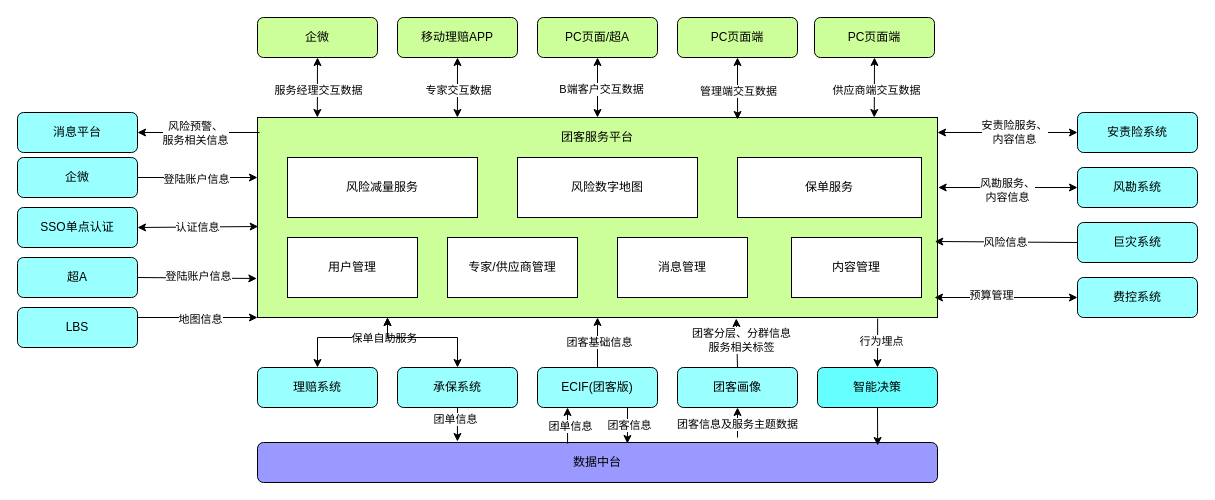
The draw.io diagram 团客总体设计.drawio in loc1129/tech, before the edit. Source tidied: cells renumbered, new cells numbered last; positions are measured from the earlier drawing's top-left corner, leaving out a move shared by most shapes. Both pictures are drawn from the tidied source at 100%, with x=0, y=0 at pixel (17, 17).
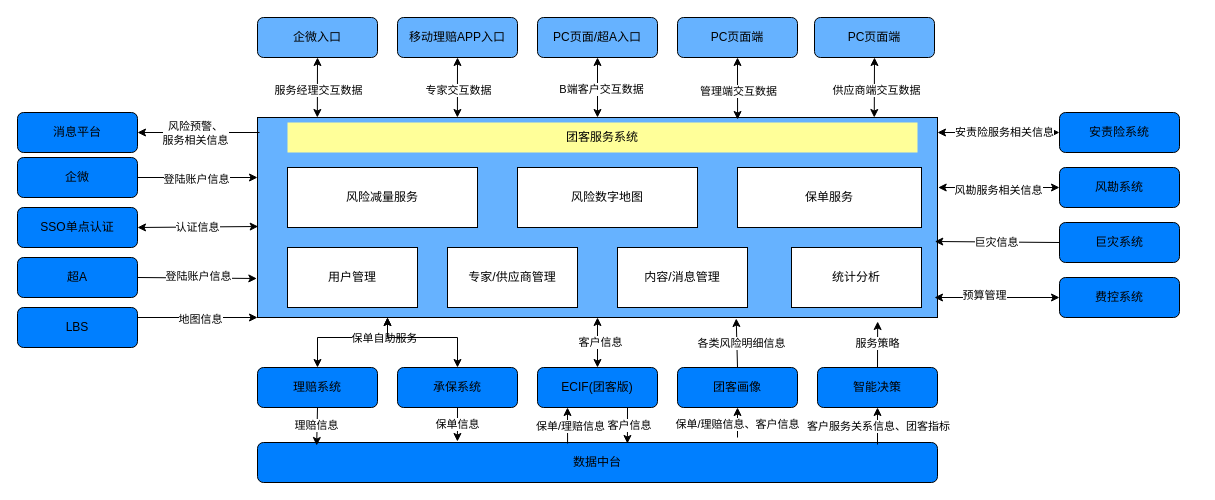
The same diagram, later.

Commit message:
更新团客总体设计.drawio

The change refers to these unchanged cells:
```xml
<mxCell id="23" style="endArrow=classic;startArrow=classic;html=1;rounded=0;entryX=0;entryY=0.5;entryDx=0;entryDy=0;" parent="1" edge="1" target="19">
  <mxGeometry relative="1" as="geometry">
    <mxPoint x="920" y="115" as="sourcePoint" />
  </mxGeometry>
</mxCell>
<mxCell id="25" style="endArrow=classic;startArrow=classic;html=1;rounded=0;entryX=0;entryY=0.5;entryDx=0;entryDy=0;exitX=1.001;exitY=0.35;exitDx=0;exitDy=0;exitPerimeter=0;" parent="1" edge="1" source="2" target="20">
  <mxGeometry relative="1" as="geometry" />
</mxCell>
<mxCell id="34" style="endArrow=classic;html=1;rounded=0;exitX=0.5;exitY=0;exitDx=0;exitDy=0;entryX=0.704;entryY=1.005;entryDx=0;entryDy=0;entryPerimeter=0;" parent="1" edge="1" source="33" target="2">
  <mxGeometry relative="1" as="geometry" />
</mxCell>
<mxCell id="38" style="endArrow=classic;html=1;rounded=0;exitX=0.5;exitY=1;exitDx=0;exitDy=0;entryX=0.294;entryY=-0.025;entryDx=0;entryDy=0;entryPerimeter=0;" parent="1" edge="1" source="27" target="37">
  <mxGeometry relative="1" as="geometry" />
</mxCell>
<mxCell id="40" style="endArrow=classic;html=1;rounded=0;exitX=0.456;exitY=0.025;exitDx=0;exitDy=0;exitPerimeter=0;entryX=0.25;entryY=1;entryDx=0;entryDy=0;" parent="1" edge="1" source="37" target="30">
  <mxGeometry relative="1" as="geometry" />
</mxCell>
<mxCell id="42" style="endArrow=classic;html=1;rounded=0;entryX=0.5;entryY=1;entryDx=0;entryDy=0;" parent="1" edge="1" target="33">
  <mxGeometry relative="1" as="geometry">
    <mxPoint x="720" y="420" as="sourcePoint" />
  </mxGeometry>
</mxCell>
<mxCell id="45" style="endArrow=classic;html=1;rounded=0;entryX=0.996;entryY=0.62;entryDx=0;entryDy=0;entryPerimeter=0;exitX=0;exitY=0.5;exitDx=0;exitDy=0;" parent="1" edge="1" source="44" target="2">
  <mxGeometry relative="1" as="geometry" />
</mxCell>
<mxCell id="55" style="endArrow=classic;html=1;rounded=0;exitX=0.75;exitY=1;exitDx=0;exitDy=0;entryX=0.544;entryY=0.025;entryDx=0;entryDy=0;entryPerimeter=0;" parent="1" edge="1" source="30" target="37">
  <mxGeometry relative="1" as="geometry" />
</mxCell>
```

What changed in the source:
```diff
@@
-    <mxCell id="2" style="rounded=0;whiteSpace=wrap;html=1;fillColor=#CCFF99;" parent="1" vertex="1">
+    <mxCell id="2" style="rounded=0;whiteSpace=wrap;html=1;fillColor=#66B2FF;" parent="1" vertex="1">
       <mxGeometry x="240" y="100" width="680" height="200" as="geometry" />
     </mxCell>
-    <mxCell id="3" value="移动理赔APP" style="rounded=1;whiteSpace=wrap;html=1;fillColor=#CCFF99;" parent="1" vertex="1">
+    <mxCell id="3" value="移动理赔APP入口" style="rounded=1;whiteSpace=wrap;html=1;fillColor=#66B2FF;" parent="1" vertex="1">
       <mxGeometry x="380" width="120" height="40" as="geometry" />
     </mxCell>
-    <mxCell id="4" value="PC页面/超A" style="rounded=1;whiteSpace=wrap;html=1;fillColor=#CCFF99;" parent="1" vertex="1">
+    <mxCell id="4" value="PC页面/超A入口" style="rounded=1;whiteSpace=wrap;html=1;fillColor=#66B2FF;" parent="1" vertex="1">
       <mxGeometry x="520" width="120" height="40" as="geometry" />
     </mxCell>
-    <mxCell id="5" value="PC页面端" style="rounded=1;whiteSpace=wrap;html=1;fillColor=#CCFF99;" parent="1" vertex="1">
+    <mxCell id="5" value="PC页面端" style="rounded=1;whiteSpace=wrap;html=1;fillColor=#66B2FF;" parent="1" vertex="1">
       <mxGeometry x="660" width="120" height="40" as="geometry" />
     </mxCell>
-    <mxCell id="6" value="PC页面端" style="rounded=1;whiteSpace=wrap;html=1;fillColor=#CCFF99;" parent="1" vertex="1">
+    <mxCell id="6" value="PC页面端" style="rounded=1;whiteSpace=wrap;html=1;fillColor=#66B2FF;" parent="1" vertex="1">
       <mxGeometry x="797" width="120" height="40" as="geometry" />
     </mxCell>
@@
-    <mxCell id="17" value="消息平台" style="rounded=1;whiteSpace=wrap;html=1;fillColor=#99FFFF;" parent="1" vertex="1">
+    <mxCell id="17" value="消息平台" style="rounded=1;whiteSpace=wrap;html=1;fillColor=#007FFF;" parent="1" vertex="1">
       <mxGeometry y="95" width="120" height="40" as="geometry" />
     </mxCell>
-    <mxCell id="18" value="超A" style="rounded=1;whiteSpace=wrap;html=1;fillColor=#99FFFF;" parent="1" vertex="1">
+    <mxCell id="18" value="超A" style="rounded=1;whiteSpace=wrap;html=1;fillColor=#007FFF;" parent="1" vertex="1">
       <mxGeometry y="240" width="120" height="40" as="geometry" />
     </mxCell>
-    <mxCell id="19" value="安责险系统" style="rounded=1;whiteSpace=wrap;html=1;fillColor=#99FFFF;" parent="1" vertex="1">
-      <mxGeometry x="1060" y="95" width="120" height="40" as="geometry" />
+    <mxCell id="19" value="安责险系统" style="rounded=1;whiteSpace=wrap;html=1;fillColor=#007FFF;" parent="1" vertex="1">
+      <mxGeometry x="1042" y="95" width="120" height="40" as="geometry" />
     </mxCell>
-    <mxCell id="20" value="风勘系统" style="rounded=1;whiteSpace=wrap;html=1;fillColor=#99FFFF;" parent="1" vertex="1">
-      <mxGeometry x="1060" y="150" width="120" height="40" as="geometry" />
+    <mxCell id="20" value="风勘系统" style="rounded=1;whiteSpace=wrap;html=1;fillColor=#007FFF;" parent="1" vertex="1">
+      <mxGeometry x="1042" y="150" width="120" height="40" as="geometry" />
     </mxCell>
@@
-    <mxCell id="24" value="安责险服务、&lt;br&gt;内容信息" style="edgeLabel;html=1;align=center;verticalAlign=middle;" parent="23" vertex="1">
+    <mxCell id="24" value="安责险服务相关信息" style="edgeLabel;html=1;align=center;verticalAlign=middle;" parent="23" vertex="1">
       <mxGeometry x="0.09" y="1" relative="1" as="geometry" />
     </mxCell>
@@
-    <mxCell id="26" value="风勘服务、&lt;br&gt;内容信息" style="edgeLabel;html=1;align=center;verticalAlign=middle;" parent="25" vertex="1">
+    <mxCell id="26" value="风勘服务相关信息" style="edgeLabel;html=1;align=center;verticalAlign=middle;" parent="25" vertex="1">
       <mxGeometry x="-0.01" y="-2" relative="1" as="geometry" />
     </mxCell>
-    <mxCell id="27" value="承保系统" style="rounded=1;whiteSpace=wrap;html=1;fillColor=#99FFFF;" parent="1" vertex="1">
+    <mxCell id="27" value="承保系统" style="rounded=1;whiteSpace=wrap;html=1;fillColor=#007FFF;" parent="1" vertex="1">
       <mxGeometry x="380" y="350" width="120" height="40" as="geometry" />
     </mxCell>
@@
-    <mxCell id="30" value="ECIF(团客版)" style="rounded=1;whiteSpace=wrap;html=1;fillColor=#99FFFF;" parent="1" vertex="1">
+    <mxCell id="30" value="ECIF(团客版)" style="rounded=1;whiteSpace=wrap;html=1;fillColor=#007FFF;" parent="1" vertex="1">
       <mxGeometry x="520" y="350" width="120" height="40" as="geometry" />
     </mxCell>
-    <mxCell id="31" style="endArrow=classic;html=1;rounded=0;exitX=0.5;exitY=0;exitDx=0;exitDy=0;entryX=0.5;entryY=1;entryDx=0;entryDy=0;" parent="1" edge="1" source="30" target="2">
-      <mxGeometry relative="1" as="geometry" />
-    </mxCell>
-    <mxCell id="32" value="团客基础信息" style="edgeLabel;html=1;align=center;verticalAlign=middle;" parent="31" vertex="1">
-      <mxGeometry x="0.02" y="-1" relative="1" as="geometry" />
-    </mxCell>
-    <mxCell id="33" value="团客画像" style="rounded=1;whiteSpace=wrap;html=1;fillColor=#99FFFF;" parent="1" vertex="1">
+    <mxCell id="33" value="团客画像" style="rounded=1;whiteSpace=wrap;html=1;fillColor=#007FFF;" parent="1" vertex="1">
       <mxGeometry x="660" y="350" width="120" height="40" as="geometry" />
     </mxCell>
@@
-    <mxCell id="35" value="团客分层、分群信息&lt;br&gt;服务相关标签" style="edgeLabel;html=1;align=center;verticalAlign=middle;" parent="34" vertex="1">
-      <mxGeometry x="0.1" y="-4" relative="1" as="geometry" />
+    <mxCell id="35" value="各类风险明细信息" style="edgeLabel;html=1;align=center;verticalAlign=middle;" parent="34" vertex="1">
+      <mxGeometry x="0.1" y="-4" relative="1" as="geometry">
+        <mxPoint y="3" as="offset" />
+      </mxGeometry>
     </mxCell>
-    <mxCell id="36" value="智能决策" style="rounded=1;whiteSpace=wrap;html=1;fillColor=#66FFFF;" parent="1" vertex="1">
+    <mxCell id="36" value="智能决策" style="rounded=1;whiteSpace=wrap;html=1;fillColor=#007FFF;" parent="1" vertex="1">
       <mxGeometry x="800" y="350" width="120" height="40" as="geometry" />
     </mxCell>
-    <mxCell id="37" value="数据中台" style="rounded=1;whiteSpace=wrap;html=1;fillColor=#9999FF;" parent="1" vertex="1">
+    <mxCell id="37" value="数据中台" style="rounded=1;whiteSpace=wrap;html=1;fillColor=#007FFF;" parent="1" vertex="1">
       <mxGeometry x="240" y="425" width="680" height="40" as="geometry" />
     </mxCell>
@@
-    <mxCell id="39" value="团单信息" style="edgeLabel;html=1;align=center;verticalAlign=middle;" parent="38" vertex="1">
-      <mxGeometry x="-0.3" y="-2" relative="1" as="geometry" />
+    <mxCell id="39" value="保单信息" style="edgeLabel;html=1;align=center;verticalAlign=middle;" parent="38" vertex="1">
+      <mxGeometry x="-0.3" y="-2" relative="1" as="geometry">
+        <mxPoint x="2" y="5" as="offset" />
+      </mxGeometry>
     </mxCell>
@@
-    <mxCell id="41" value="团单信息" style="edgeLabel;html=1;align=center;verticalAlign=middle;" parent="40" vertex="1">
+    <mxCell id="41" value="保单/理赔信息" style="edgeLabel;html=1;align=center;verticalAlign=middle;" parent="40" vertex="1">
       <mxGeometry x="-0.03" y="-2" relative="1" as="geometry" />
     </mxCell>
@@
-    <mxCell id="43" value="团客信息及服务主题数据" style="edgeLabel;html=1;align=center;verticalAlign=middle;" parent="42" vertex="1">
+    <mxCell id="43" value="保单/理赔信息、客户信息" style="edgeLabel;html=1;align=center;verticalAlign=middle;" parent="42" vertex="1">
       <mxGeometry x="-0.06" y="1" relative="1" as="geometry" />
     </mxCell>
-    <mxCell id="44" value="巨灾系统" style="rounded=1;whiteSpace=wrap;html=1;fillColor=#99FFFF;" parent="1" vertex="1">
-      <mxGeometry x="1060" y="205" width="120" height="40" as="geometry" />
+    <mxCell id="44" value="巨灾系统" style="rounded=1;whiteSpace=wrap;html=1;fillColor=#007FFF;" parent="1" vertex="1">
+      <mxGeometry x="1042" y="205" width="120" height="40" as="geometry" />
     </mxCell>
@@
-    <mxCell id="46" value="风险信息" style="edgeLabel;html=1;align=center;verticalAlign=middle;" parent="45" vertex="1">
+    <mxCell id="46" value="巨灾信息" style="edgeLabel;html=1;align=center;verticalAlign=middle;" parent="45" vertex="1">
       <mxGeometry x="0.02" relative="1" as="geometry" />
     </mxCell>
     <mxCell id="47" value="风险减量服务" style="rounded=0;whiteSpace=wrap;html=1;" parent="1" vertex="1">
-      <mxGeometry x="270" y="140" width="190" height="60" as="geometry" />
+      <mxGeometry x="270" y="150" width="190" height="60" as="geometry" />
     </mxCell>
     <mxCell id="48" value="用户管理" style="rounded=0;whiteSpace=wrap;html=1;" parent="1" vertex="1">
-      <mxGeometry x="270" y="220" width="130" height="60" as="geometry" />
+      <mxGeometry x="270" y="230" width="130" height="60" as="geometry" />
     </mxCell>
     <mxCell id="49" value="专家/供应商管理" style="rounded=0;whiteSpace=wrap;html=1;" parent="1" vertex="1">
-      <mxGeometry x="430" y="220" width="130" height="60" as="geometry" />
+      <mxGeometry x="430" y="230" width="130" height="60" as="geometry" />
     </mxCell>
-    <mxCell id="50" value="消息管理" style="rounded=0;whiteSpace=wrap;html=1;" parent="1" vertex="1">
-      <mxGeometry x="600" y="220" width="130" height="60" as="geometry" />
+    <mxCell id="50" value="内容/消息管理" style="rounded=0;whiteSpace=wrap;html=1;" parent="1" vertex="1">
+      <mxGeometry x="600" y="230" width="130" height="60" as="geometry" />
     </mxCell>
     <mxCell id="51" value="风险数字地图" style="rounded=0;whiteSpace=wrap;html=1;" parent="1" vertex="1">
-      <mxGeometry x="500" y="140" width="180" height="60" as="geometry" />
+      <mxGeometry x="500" y="150" width="180" height="60" as="geometry" />
     </mxCell>
     <mxCell id="52" value="保单服务" style="rounded=0;whiteSpace=wrap;html=1;" parent="1" vertex="1">
-      <mxGeometry x="720" y="140" width="184" height="60" as="geometry" />
+      <mxGeometry x="720" y="150" width="184" height="60" as="geometry" />
     </mxCell>
-    <mxCell id="53" value="内容管理" style="rounded=0;whiteSpace=wrap;html=1;" parent="1" vertex="1">
-      <mxGeometry x="774" y="220" width="130" height="60" as="geometry" />
+    <mxCell id="53" value="统计分析" style="rounded=0;whiteSpace=wrap;html=1;" parent="1" vertex="1">
+      <mxGeometry x="774" y="230" width="130" height="60" as="geometry" />
     </mxCell>
-    <mxCell id="54" value="团客服务平台" style="text;html=1;strokeColor=none;fillColor=none;align=center;verticalAlign=middle;whiteSpace=wrap;rounded=0;" parent="1" vertex="1">
-      <mxGeometry x="520" y="105" width="120" height="30" as="geometry" />
+    <mxCell id="54" value="团客服务系统" style="text;html=1;strokeColor=none;fillColor=#FFFF99;align=center;verticalAlign=middle;whiteSpace=wrap;rounded=0;" parent="1" vertex="1">
+      <mxGeometry x="270" y="105" width="630" height="30" as="geometry" />
     </mxCell>
@@
-    <mxCell id="56" value="团客信息" style="edgeLabel;html=1;align=center;verticalAlign=middle;" parent="55" vertex="1">
+    <mxCell id="56" value="客户信息" style="edgeLabel;html=1;align=center;verticalAlign=middle;" parent="55" vertex="1">
       <mxGeometry x="-0.08" y="2" relative="1" as="geometry" />
     </mxCell>
-    <mxCell id="57" value="企微" style="rounded=1;whiteSpace=wrap;html=1;fillColor=#CCFF99;" parent="1" vertex="1">
+    <mxCell id="57" value="企微入口" style="rounded=1;whiteSpace=wrap;html=1;fillColor=#66B2FF;" parent="1" vertex="1">
       <mxGeometry x="240" width="120" height="40" as="geometry" />
     </mxCell>
-    <mxCell id="58" value="理赔系统" style="rounded=1;whiteSpace=wrap;html=1;fillColor=#99FFFF;" parent="1" vertex="1">
+    <mxCell id="58" value="理赔系统" style="rounded=1;whiteSpace=wrap;html=1;fillColor=#007FFF;" parent="1" vertex="1">
       <mxGeometry x="240" y="350" width="120" height="40" as="geometry" />
     </mxCell>
@@
-    <mxCell id="60" value="SSO单点认证" style="rounded=1;whiteSpace=wrap;html=1;fillColor=#99FFFF;" parent="1" vertex="1">
+    <mxCell id="60" value="SSO单点认证" style="rounded=1;whiteSpace=wrap;html=1;fillColor=#007FFF;" parent="1" vertex="1">
       <mxGeometry y="190" width="120" height="40" as="geometry" />
     </mxCell>
@@
-    <mxCell id="63" value="企微" style="rounded=1;whiteSpace=wrap;html=1;fillColor=#99FFFF;" parent="1" vertex="1">
+    <mxCell id="63" value="企微" style="rounded=1;whiteSpace=wrap;html=1;fillColor=#007FFF;" parent="1" vertex="1">
       <mxGeometry y="140" width="120" height="40" as="geometry" />
     </mxCell>
-    <mxCell id="64" value="费控系统" style="rounded=1;whiteSpace=wrap;html=1;fillColor=#99FFFF;" parent="1" vertex="1">
-      <mxGeometry x="1060" y="260" width="120" height="40" as="geometry" />
+    <mxCell id="64" value="费控系统" style="rounded=1;whiteSpace=wrap;html=1;fillColor=#007FFF;" parent="1" vertex="1">
+      <mxGeometry x="1042" y="260" width="120" height="40" as="geometry" />
     </mxCell>
@@
-    <mxCell id="67" style="endArrow=classic;html=1;rounded=0;exitX=0.912;exitY=1.005;exitDx=0;exitDy=0;exitPerimeter=0;entryX=0.5;entryY=0;entryDx=0;entryDy=0;" parent="1" edge="1" source="2" target="36">
-      <mxGeometry relative="1" as="geometry" />
-    </mxCell>
-    <mxCell id="68" value="行为埋点" style="edgeLabel;html=1;align=center;verticalAlign=middle;" parent="67" vertex="1">
-      <mxGeometry x="-0.1" y="3" relative="1" as="geometry" />
-    </mxCell>
-    <mxCell id="69" style="endArrow=classic;html=1;rounded=0;exitX=0.5;exitY=1;exitDx=0;exitDy=0;entryX=0.912;entryY=0.075;entryDx=0;entryDy=0;entryPerimeter=0;" parent="1" edge="1" source="36" target="37">
-      <mxGeometry relative="1" as="geometry" />
-    </mxCell>
@@
-    <mxCell id="72" value="LBS" style="rounded=1;whiteSpace=wrap;html=1;fillColor=#99FFFF;" parent="1" vertex="1">
+    <mxCell id="72" value="LBS" style="rounded=1;whiteSpace=wrap;html=1;fillColor=#007FFF;" parent="1" vertex="1">
       <mxGeometry y="290" width="120" height="40" as="geometry" />
     </mxCell>
@@
+    <mxCell id="31" style="endArrow=classic;startArrow=classic;html=1;rounded=0;exitX=0.5;exitY=0;exitDx=0;exitDy=0;entryX=0.5;entryY=1;entryDx=0;entryDy=0;" parent="1" edge="1" source="30" target="2">
+      <mxGeometry relative="1" as="geometry" />
+    </mxCell>
+    <mxCell id="77" value="客户信息" style="edgeLabel;html=1;align=center;verticalAlign=middle;" parent="31" vertex="1">
+      <mxGeometry x="0.04" y="-2" relative="1" as="geometry" />
+    </mxCell>
+    <mxCell id="78" style="endArrow=classic;html=1;rounded=0;exitX=0.5;exitY=0;exitDx=0;exitDy=0;entryX=0.912;entryY=1.02;entryDx=0;entryDy=0;entryPerimeter=0;" parent="1" edge="1" source="36" target="2">
+      <mxGeometry relative="1" as="geometry" />
+    </mxCell>
+    <mxCell id="79" value="服务策略" style="edgeLabel;html=1;align=center;verticalAlign=middle;" parent="78" vertex="1">
+      <mxGeometry x="0.04" y="1" relative="1" as="geometry" />
+    </mxCell>
+    <mxCell id="80" style="endArrow=classic;html=1;rounded=0;entryX=0.5;entryY=1;entryDx=0;entryDy=0;" parent="1" edge="1" target="36">
+      <mxGeometry relative="1" as="geometry">
+        <mxPoint x="860" y="427" as="sourcePoint" />
+      </mxGeometry>
+    </mxCell>
+    <mxCell id="81" value="客户服务关系信息、团客指标" style="edgeLabel;html=1;align=center;verticalAlign=middle;" parent="80" vertex="1">
+      <mxGeometry x="0.03" relative="1" as="geometry" />
+    </mxCell>
+    <mxCell id="82" style="endArrow=classic;html=1;rounded=0;exitX=0.5;exitY=1;exitDx=0;exitDy=0;entryX=0.087;entryY=0.075;entryDx=0;entryDy=0;entryPerimeter=0;" parent="1" edge="1" source="58" target="37">
+      <mxGeometry relative="1" as="geometry" />
+    </mxCell>
+    <mxCell id="83" value="理赔信息" style="edgeLabel;html=1;align=center;verticalAlign=middle;" parent="82" vertex="1">
+      <mxGeometry x="-0.05" y="-1" relative="1" as="geometry" />
+    </mxCell>
```
